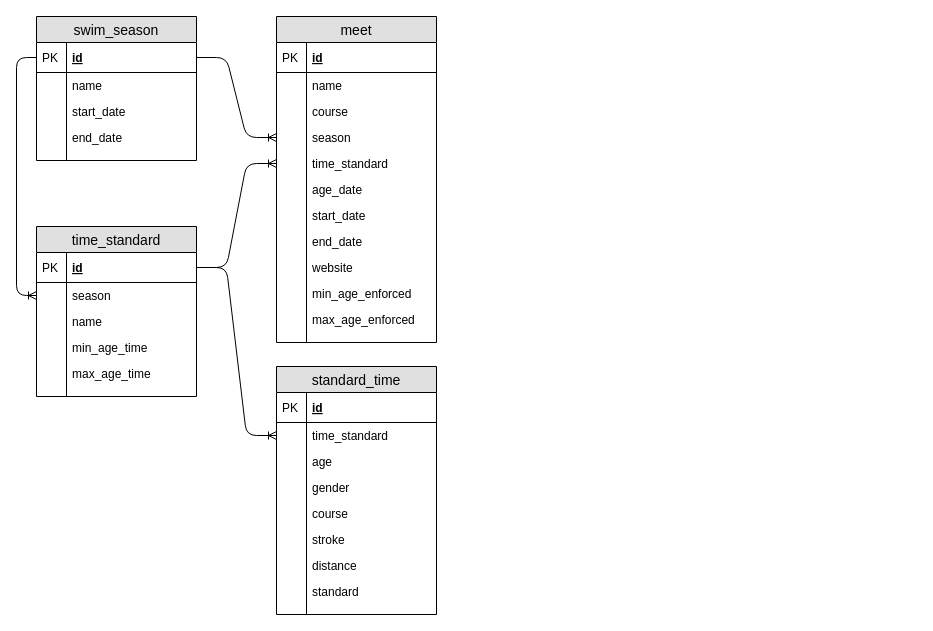
The draw.io diagram docs/models.drawio in geekswimmers/geekswimmers, before the edit. Source tidied: cells renumbered, new cells numbered last; positions are measured from the earlier drawing's top-left corner, leaving out a move shared by most shapes. Both pictures are drawn from the tidied source at 100%, with x=0, y=0 at pixel (16, 16).
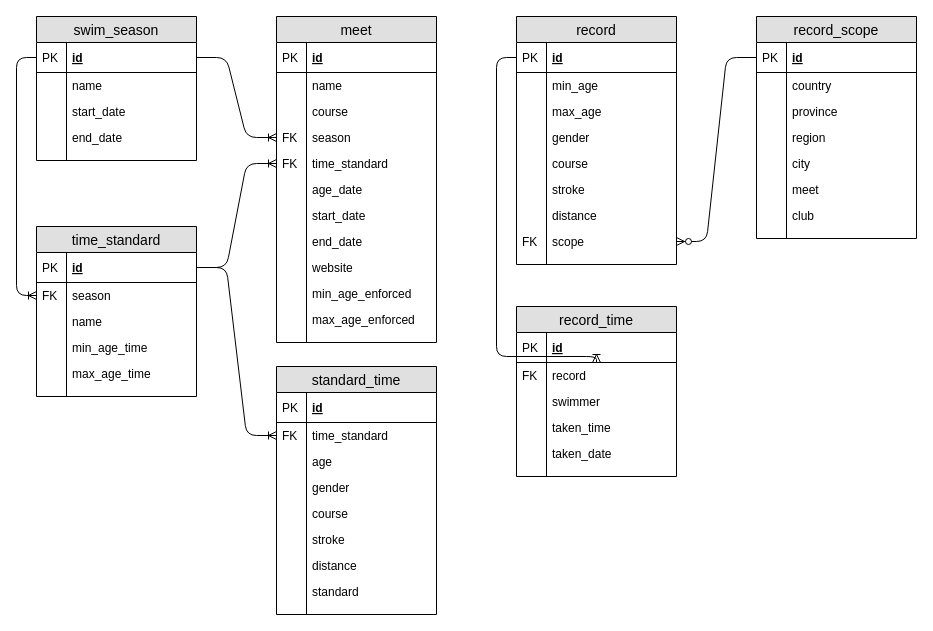
The same page after the edit.

Commit message (it also covers changes not shown here):
Designed the database to support records

The change refers to these unchanged cells:
```xml
<mxCell id="16" value="season" style="shape=partialRectangle;top=0;left=0;right=0;bottom=0;align=left;verticalAlign=top;fillColor=none;spacingLeft=34;spacingRight=4;overflow=hidden;points=[[0,0.5],[1,0.5]];portConstraint=eastwest;fontSize=12;" parent="13" vertex="1">
  <mxGeometry y="56" width="160" height="26" as="geometry" />
</mxCell>
<mxCell id="29" value="time_standard" style="shape=partialRectangle;top=0;left=0;right=0;bottom=0;align=left;verticalAlign=top;fillColor=none;spacingLeft=34;spacingRight=4;overflow=hidden;points=[[0,0.5],[1,0.5]];portConstraint=eastwest;fontSize=12;" parent="26" vertex="1">
  <mxGeometry y="56" width="160" height="26" as="geometry" />
</mxCell>
<mxCell id="52" value="season" style="shape=partialRectangle;top=0;left=0;right=0;bottom=0;align=left;verticalAlign=top;fillColor=none;spacingLeft=34;spacingRight=4;overflow=hidden;points=[[0,0.5],[1,0.5]];portConstraint=eastwest;fontSize=12;" parent="45" vertex="1">
  <mxGeometry y="108" width="160" height="26" as="geometry" />
</mxCell>
<mxCell id="54" value="time_standard" style="shape=partialRectangle;top=0;left=0;right=0;bottom=0;align=left;verticalAlign=top;fillColor=none;spacingLeft=34;spacingRight=4;overflow=hidden;points=[[0,0.5],[1,0.5]];portConstraint=eastwest;fontSize=12;" parent="45" vertex="1">
  <mxGeometry y="134" width="160" height="26" as="geometry" />
</mxCell>
```

Diff of the diagram source:
```diff
@@
-    <mxCell id="17" style="shape=partialRectangle;top=0;left=0;bottom=0;fillColor=none;align=left;verticalAlign=top;spacingLeft=4;spacingRight=4;overflow=hidden;fontSize=12;" parent="16" vertex="1">
+    <mxCell id="17" value="FK" style="shape=partialRectangle;top=0;left=0;bottom=0;fillColor=none;align=left;verticalAlign=top;spacingLeft=4;spacingRight=4;overflow=hidden;fontSize=12;" parent="16" vertex="1">
       <mxGeometry width="30" height="26" as="geometry" />
     </mxCell>
@@
-    <mxCell id="30" style="shape=partialRectangle;top=0;left=0;bottom=0;fillColor=none;align=left;verticalAlign=top;spacingLeft=4;spacingRight=4;overflow=hidden;fontSize=12;" parent="29" vertex="1">
+    <mxCell id="30" value="FK" style="shape=partialRectangle;top=0;left=0;bottom=0;fillColor=none;align=left;verticalAlign=top;spacingLeft=4;spacingRight=4;overflow=hidden;fontSize=12;" parent="29" vertex="1">
       <mxGeometry width="30" height="26" as="geometry" />
     </mxCell>
@@
-    <mxCell id="53" style="shape=partialRectangle;top=0;left=0;bottom=0;fillColor=none;align=left;verticalAlign=top;spacingLeft=4;spacingRight=4;overflow=hidden;fontSize=12;" parent="52" vertex="1">
+    <mxCell id="53" value="FK" style="shape=partialRectangle;top=0;left=0;bottom=0;fillColor=none;align=left;verticalAlign=top;spacingLeft=4;spacingRight=4;overflow=hidden;fontSize=12;" parent="52" vertex="1">
       <mxGeometry width="30" height="26" as="geometry" />
     </mxCell>
@@
-    <mxCell id="55" style="shape=partialRectangle;top=0;left=0;bottom=0;fillColor=none;align=left;verticalAlign=top;spacingLeft=4;spacingRight=4;overflow=hidden;fontSize=12;" parent="54" vertex="1">
+    <mxCell id="55" value="FK" style="shape=partialRectangle;top=0;left=0;bottom=0;fillColor=none;align=left;verticalAlign=top;spacingLeft=4;spacingRight=4;overflow=hidden;fontSize=12;" parent="54" vertex="1">
       <mxGeometry width="30" height="26" as="geometry" />
     </mxCell>
@@
+    <mxCell id="74" value="record" style="swimlane;fontStyle=0;horizontal=1;startSize=26;fillColor=#e0e0e0;swimlaneFillColor=#ffffff;align=center;fontSize=14;" parent="1" vertex="1">
+      <mxGeometry x="500" width="160" height="248" as="geometry" />
+    </mxCell>
+    <mxCell id="75" value="id" style="shape=partialRectangle;top=0;left=0;right=0;bottom=1;align=left;verticalAlign=middle;fillColor=none;spacingLeft=34;spacingRight=4;overflow=hidden;points=[[0,0.5],[1,0.5]];portConstraint=eastwest;fontStyle=5;fontSize=12;" parent="74" vertex="1">
+      <mxGeometry y="26" width="160" height="30" as="geometry" />
+    </mxCell>
+    <mxCell id="76" value="PK" style="shape=partialRectangle;top=0;left=0;bottom=0;fillColor=none;align=left;verticalAlign=middle;spacingLeft=4;spacingRight=4;overflow=hidden;fontSize=12;" parent="75" vertex="1">
+      <mxGeometry width="30" height="30" as="geometry" />
+    </mxCell>
+    <mxCell id="77" value="min_age" style="shape=partialRectangle;top=0;left=0;right=0;bottom=0;align=left;verticalAlign=top;fillColor=none;spacingLeft=34;spacingRight=4;overflow=hidden;fontSize=12;" parent="74" vertex="1">
+      <mxGeometry y="56" width="160" height="26" as="geometry" />
+    </mxCell>
+    <mxCell id="78" style="shape=partialRectangle;top=0;left=0;bottom=0;fillColor=none;align=left;verticalAlign=top;spacingLeft=4;spacingRight=4;overflow=hidden;fontSize=12;" parent="77" vertex="1">
+      <mxGeometry width="30" height="26" as="geometry" />
+    </mxCell>
+    <mxCell id="79" value="max_age" style="shape=partialRectangle;top=0;left=0;right=0;bottom=0;align=left;verticalAlign=top;fillColor=none;spacingLeft=34;spacingRight=4;overflow=hidden;fontSize=12;" parent="74" vertex="1">
+      <mxGeometry y="82" width="160" height="26" as="geometry" />
+    </mxCell>
+    <mxCell id="80" style="shape=partialRectangle;top=0;left=0;bottom=0;fillColor=none;align=left;verticalAlign=top;spacingLeft=4;spacingRight=4;overflow=hidden;fontSize=12;" parent="79" vertex="1">
+      <mxGeometry width="30" height="26" as="geometry" />
+    </mxCell>
+    <mxCell id="81" value="gender" style="shape=partialRectangle;top=0;left=0;right=0;bottom=0;align=left;verticalAlign=top;fillColor=none;spacingLeft=34;spacingRight=4;overflow=hidden;fontSize=12;" parent="74" vertex="1">
+      <mxGeometry y="108" width="160" height="26" as="geometry" />
+    </mxCell>
+    <mxCell id="82" style="shape=partialRectangle;top=0;left=0;bottom=0;fillColor=none;align=left;verticalAlign=top;spacingLeft=4;spacingRight=4;overflow=hidden;fontSize=12;" parent="81" vertex="1">
+      <mxGeometry width="30" height="26" as="geometry" />
+    </mxCell>
+    <mxCell id="83" value="course" style="shape=partialRectangle;top=0;left=0;right=0;bottom=0;align=left;verticalAlign=top;fillColor=none;spacingLeft=34;spacingRight=4;overflow=hidden;fontSize=12;" parent="74" vertex="1">
+      <mxGeometry y="134" width="160" height="26" as="geometry" />
+    </mxCell>
+    <mxCell id="84" style="shape=partialRectangle;top=0;left=0;bottom=0;fillColor=none;align=left;verticalAlign=top;spacingLeft=4;spacingRight=4;overflow=hidden;fontSize=12;" parent="83" vertex="1">
+      <mxGeometry width="30" height="26" as="geometry" />
+    </mxCell>
+    <mxCell id="85" value="stroke" style="shape=partialRectangle;top=0;left=0;right=0;bottom=0;align=left;verticalAlign=top;fillColor=none;spacingLeft=34;spacingRight=4;overflow=hidden;fontSize=12;" parent="74" vertex="1">
+      <mxGeometry y="160" width="160" height="26" as="geometry" />
+    </mxCell>
+    <mxCell id="86" style="shape=partialRectangle;top=0;left=0;bottom=0;fillColor=none;align=left;verticalAlign=top;spacingLeft=4;spacingRight=4;overflow=hidden;fontSize=12;" parent="85" vertex="1">
+      <mxGeometry width="30" height="26" as="geometry" />
+    </mxCell>
+    <mxCell id="87" value="distance" style="shape=partialRectangle;top=0;left=0;right=0;bottom=0;align=left;verticalAlign=top;fillColor=none;spacingLeft=34;spacingRight=4;overflow=hidden;fontSize=12;" parent="74" vertex="1">
+      <mxGeometry y="186" width="160" height="26" as="geometry" />
+    </mxCell>
+    <mxCell id="88" style="shape=partialRectangle;top=0;left=0;bottom=0;fillColor=none;align=left;verticalAlign=top;spacingLeft=4;spacingRight=4;overflow=hidden;fontSize=12;" parent="87" vertex="1">
+      <mxGeometry width="30" height="26" as="geometry" />
+    </mxCell>
+    <mxCell id="89" value="scope" style="shape=partialRectangle;top=0;left=0;right=0;bottom=0;align=left;verticalAlign=top;fillColor=none;spacingLeft=34;spacingRight=4;overflow=hidden;points=[[0,0.5],[1,0.5]];portConstraint=eastwest;fontSize=12;" parent="74" vertex="1">
+      <mxGeometry y="212" width="160" height="26" as="geometry" />
+    </mxCell>
+    <mxCell id="90" value="FK" style="shape=partialRectangle;top=0;left=0;bottom=0;fillColor=none;align=left;verticalAlign=top;spacingLeft=4;spacingRight=4;overflow=hidden;fontSize=12;" parent="89" vertex="1">
+      <mxGeometry width="30" height="26" as="geometry" />
+    </mxCell>
+    <mxCell id="91" style="shape=partialRectangle;top=0;left=0;right=0;bottom=0;align=left;verticalAlign=top;fillColor=none;spacingLeft=34;spacingRight=4;overflow=hidden;fontSize=12;" parent="74" vertex="1">
+      <mxGeometry y="238" width="160" height="10" as="geometry" />
+    </mxCell>
+    <mxCell id="92" style="shape=partialRectangle;top=0;left=0;bottom=0;fillColor=none;align=left;verticalAlign=top;spacingLeft=4;spacingRight=4;overflow=hidden;fontSize=12;" parent="91" vertex="1">
+      <mxGeometry width="30" height="10" as="geometry" />
+    </mxCell>
+    <mxCell id="93" value="record_time" style="swimlane;fontStyle=0;horizontal=1;startSize=26;fillColor=#e0e0e0;swimlaneFillColor=#ffffff;align=center;fontSize=14;" parent="1" vertex="1">
+      <mxGeometry x="500" y="290" width="160" height="170" as="geometry" />
+    </mxCell>
+    <mxCell id="94" value="id" style="shape=partialRectangle;top=0;left=0;right=0;bottom=1;align=left;verticalAlign=middle;fillColor=none;spacingLeft=34;spacingRight=4;overflow=hidden;fontStyle=5;fontSize=12;" parent="93" vertex="1">
+      <mxGeometry y="26" width="160" height="30" as="geometry" />
+    </mxCell>
+    <mxCell id="95" value="PK" style="shape=partialRectangle;top=0;left=0;bottom=0;fillColor=none;align=left;verticalAlign=middle;spacingLeft=4;spacingRight=4;overflow=hidden;fontSize=12;" parent="94" vertex="1">
+      <mxGeometry width="30" height="30" as="geometry" />
+    </mxCell>
+    <mxCell id="96" value="record" style="shape=partialRectangle;top=0;left=0;right=0;bottom=0;align=left;verticalAlign=top;fillColor=none;spacingLeft=34;spacingRight=4;overflow=hidden;points=[[0,0.5],[1,0.5]];portConstraint=eastwest;fontSize=12;" parent="93" vertex="1">
+      <mxGeometry y="56" width="160" height="26" as="geometry" />
+    </mxCell>
+    <mxCell id="97" value="FK" style="shape=partialRectangle;top=0;left=0;bottom=0;fillColor=none;align=left;verticalAlign=top;spacingLeft=4;spacingRight=4;overflow=hidden;fontSize=12;" parent="96" vertex="1">
+      <mxGeometry width="30" height="26" as="geometry" />
+    </mxCell>
+    <mxCell id="98" value="swimmer" style="shape=partialRectangle;top=0;left=0;right=0;bottom=0;align=left;verticalAlign=top;fillColor=none;spacingLeft=34;spacingRight=4;overflow=hidden;fontSize=12;" parent="93" vertex="1">
+      <mxGeometry y="82" width="160" height="26" as="geometry" />
+    </mxCell>
+    <mxCell id="99" style="shape=partialRectangle;top=0;left=0;bottom=0;fillColor=none;align=left;verticalAlign=top;spacingLeft=4;spacingRight=4;overflow=hidden;fontSize=12;" parent="98" vertex="1">
+      <mxGeometry width="30" height="26" as="geometry" />
+    </mxCell>
+    <mxCell id="100" value="taken_time" style="shape=partialRectangle;top=0;left=0;right=0;bottom=0;align=left;verticalAlign=top;fillColor=none;spacingLeft=34;spacingRight=4;overflow=hidden;fontSize=12;" parent="93" vertex="1">
+      <mxGeometry y="108" width="160" height="26" as="geometry" />
+    </mxCell>
+    <mxCell id="101" style="shape=partialRectangle;top=0;left=0;bottom=0;fillColor=none;align=left;verticalAlign=top;spacingLeft=4;spacingRight=4;overflow=hidden;fontSize=12;" parent="100" vertex="1">
+      <mxGeometry width="30" height="26" as="geometry" />
+    </mxCell>
+    <mxCell id="102" value="taken_date" style="shape=partialRectangle;top=0;left=0;right=0;bottom=0;align=left;verticalAlign=top;fillColor=none;spacingLeft=34;spacingRight=4;overflow=hidden;fontSize=12;" parent="93" vertex="1">
+      <mxGeometry y="134" width="160" height="26" as="geometry" />
+    </mxCell>
+    <mxCell id="103" style="shape=partialRectangle;top=0;left=0;bottom=0;fillColor=none;align=left;verticalAlign=top;spacingLeft=4;spacingRight=4;overflow=hidden;fontSize=12;" parent="102" vertex="1">
+      <mxGeometry width="30" height="26" as="geometry" />
+    </mxCell>
+    <mxCell id="104" style="shape=partialRectangle;top=0;left=0;right=0;bottom=0;align=left;verticalAlign=top;fillColor=none;spacingLeft=34;spacingRight=4;overflow=hidden;fontSize=12;" parent="93" vertex="1">
+      <mxGeometry y="160" width="160" height="10" as="geometry" />
+    </mxCell>
+    <mxCell id="105" style="shape=partialRectangle;top=0;left=0;bottom=0;fillColor=none;align=left;verticalAlign=top;spacingLeft=4;spacingRight=4;overflow=hidden;fontSize=12;" parent="104" vertex="1">
+      <mxGeometry width="30" height="10" as="geometry" />
+    </mxCell>
+    <mxCell id="106" style="edgeStyle=orthogonalEdgeStyle;fontSize=12;html=1;endArrow=ERoneToMany;" parent="1" edge="1" source="75" target="96">
+      <mxGeometry relative="1" as="geometry">
+        <Array as="points">
+          <mxPoint x="480" y="41" />
+          <mxPoint x="480" y="340" />
+        </Array>
+      </mxGeometry>
+    </mxCell>
+    <mxCell id="107" value="record_scope" style="swimlane;fontStyle=0;horizontal=1;startSize=26;fillColor=#e0e0e0;swimlaneFillColor=#ffffff;align=center;fontSize=14;" parent="1" vertex="1">
+      <mxGeometry x="740" width="160" height="222" as="geometry" />
+    </mxCell>
+    <mxCell id="108" value="id" style="shape=partialRectangle;top=0;left=0;right=0;bottom=1;align=left;verticalAlign=middle;fillColor=none;spacingLeft=34;spacingRight=4;overflow=hidden;points=[[0,0.5],[1,0.5]];portConstraint=eastwest;fontStyle=5;fontSize=12;" parent="107" vertex="1">
+      <mxGeometry y="26" width="160" height="30" as="geometry" />
+    </mxCell>
+    <mxCell id="109" value="PK" style="shape=partialRectangle;top=0;left=0;bottom=0;fillColor=none;align=left;verticalAlign=middle;spacingLeft=4;spacingRight=4;overflow=hidden;fontSize=12;" parent="108" vertex="1">
+      <mxGeometry width="30" height="30" as="geometry" />
+    </mxCell>
+    <mxCell id="110" value="country" style="shape=partialRectangle;top=0;left=0;right=0;bottom=0;align=left;verticalAlign=top;fillColor=none;spacingLeft=34;spacingRight=4;overflow=hidden;fontSize=12;" parent="107" vertex="1">
+      <mxGeometry y="56" width="160" height="26" as="geometry" />
+    </mxCell>
+    <mxCell id="111" style="shape=partialRectangle;top=0;left=0;bottom=0;fillColor=none;align=left;verticalAlign=top;spacingLeft=4;spacingRight=4;overflow=hidden;fontSize=12;" parent="110" vertex="1">
+      <mxGeometry width="30" height="26" as="geometry" />
+    </mxCell>
+    <mxCell id="112" value="province" style="shape=partialRectangle;top=0;left=0;right=0;bottom=0;align=left;verticalAlign=top;fillColor=none;spacingLeft=34;spacingRight=4;overflow=hidden;fontSize=12;" parent="107" vertex="1">
+      <mxGeometry y="82" width="160" height="26" as="geometry" />
+    </mxCell>
+    <mxCell id="113" style="shape=partialRectangle;top=0;left=0;bottom=0;fillColor=none;align=left;verticalAlign=top;spacingLeft=4;spacingRight=4;overflow=hidden;fontSize=12;" parent="112" vertex="1">
+      <mxGeometry width="30" height="26" as="geometry" />
+    </mxCell>
+    <mxCell id="114" value="region" style="shape=partialRectangle;top=0;left=0;right=0;bottom=0;align=left;verticalAlign=top;fillColor=none;spacingLeft=34;spacingRight=4;overflow=hidden;fontSize=12;" parent="107" vertex="1">
+      <mxGeometry y="108" width="160" height="26" as="geometry" />
+    </mxCell>
+    <mxCell id="115" style="shape=partialRectangle;top=0;left=0;bottom=0;fillColor=none;align=left;verticalAlign=top;spacingLeft=4;spacingRight=4;overflow=hidden;fontSize=12;" parent="114" vertex="1">
+      <mxGeometry width="30" height="26" as="geometry" />
+    </mxCell>
+    <mxCell id="116" value="city" style="shape=partialRectangle;top=0;left=0;right=0;bottom=0;align=left;verticalAlign=top;fillColor=none;spacingLeft=34;spacingRight=4;overflow=hidden;fontSize=12;" parent="107" vertex="1">
+      <mxGeometry y="134" width="160" height="26" as="geometry" />
+    </mxCell>
+    <mxCell id="117" style="shape=partialRectangle;top=0;left=0;bottom=0;fillColor=none;align=left;verticalAlign=top;spacingLeft=4;spacingRight=4;overflow=hidden;fontSize=12;" parent="116" vertex="1">
+      <mxGeometry width="30" height="26" as="geometry" />
+    </mxCell>
+    <mxCell id="118" value="meet" style="shape=partialRectangle;top=0;left=0;right=0;bottom=0;align=left;verticalAlign=top;fillColor=none;spacingLeft=34;spacingRight=4;overflow=hidden;fontSize=12;" parent="107" vertex="1">
+      <mxGeometry y="160" width="160" height="26" as="geometry" />
+    </mxCell>
+    <mxCell id="119" style="shape=partialRectangle;top=0;left=0;bottom=0;fillColor=none;align=left;verticalAlign=top;spacingLeft=4;spacingRight=4;overflow=hidden;fontSize=12;" parent="118" vertex="1">
+      <mxGeometry width="30" height="26" as="geometry" />
+    </mxCell>
+    <mxCell id="120" value="club" style="shape=partialRectangle;top=0;left=0;right=0;bottom=0;align=left;verticalAlign=top;fillColor=none;spacingLeft=34;spacingRight=4;overflow=hidden;fontSize=12;" parent="107" vertex="1">
+      <mxGeometry y="186" width="160" height="26" as="geometry" />
+    </mxCell>
+    <mxCell id="121" style="shape=partialRectangle;top=0;left=0;bottom=0;fillColor=none;align=left;verticalAlign=top;spacingLeft=4;spacingRight=4;overflow=hidden;fontSize=12;" parent="120" vertex="1">
+      <mxGeometry width="30" height="26" as="geometry" />
+    </mxCell>
+    <mxCell id="122" style="shape=partialRectangle;top=0;left=0;right=0;bottom=0;align=left;verticalAlign=top;fillColor=none;spacingLeft=34;spacingRight=4;overflow=hidden;fontSize=12;" parent="107" vertex="1">
+      <mxGeometry y="212" width="160" height="10" as="geometry" />
+    </mxCell>
+    <mxCell id="123" style="shape=partialRectangle;top=0;left=0;bottom=0;fillColor=none;align=left;verticalAlign=top;spacingLeft=4;spacingRight=4;overflow=hidden;fontSize=12;" parent="122" vertex="1">
+      <mxGeometry width="30" height="10" as="geometry" />
+    </mxCell>
+    <mxCell id="124" style="edgeStyle=entityRelationEdgeStyle;fontSize=12;html=1;endArrow=ERzeroToMany;endFill=1;" parent="1" edge="1" source="108" target="89">
+      <mxGeometry relative="1" as="geometry" />
+    </mxCell>
```
